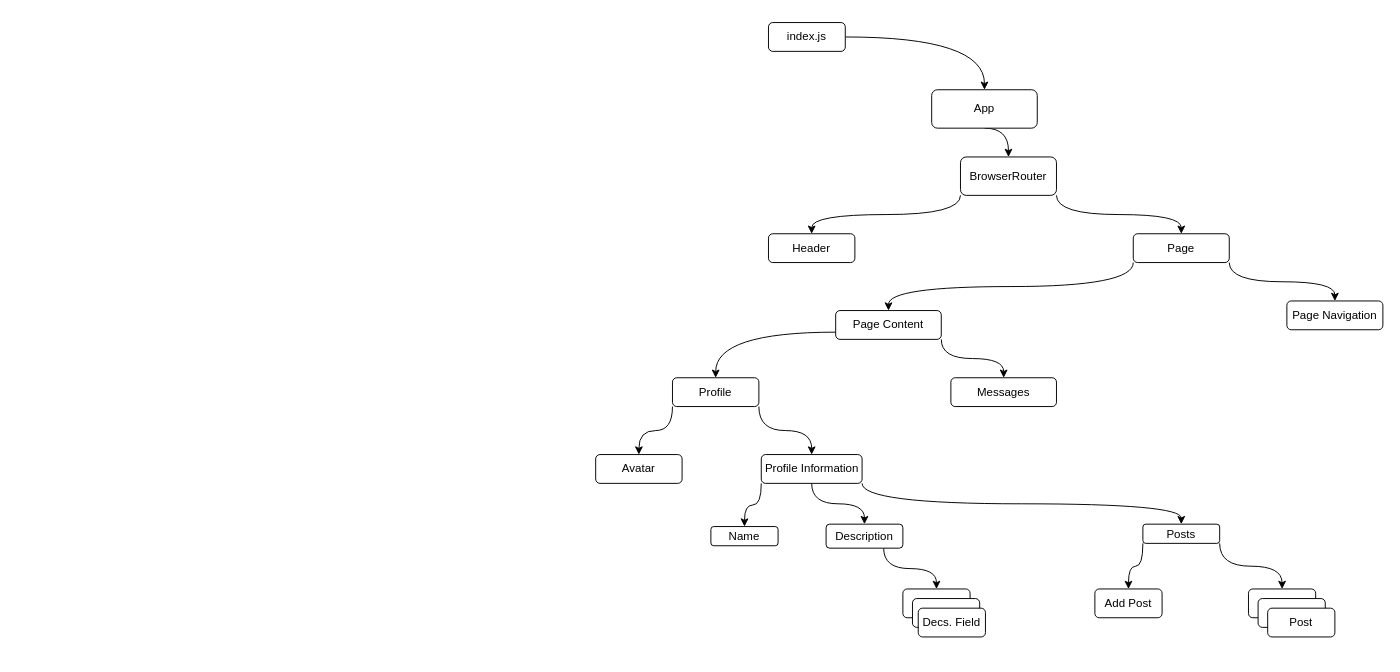
Earlier version of the draw.io diagram src/MySocialNetwork__Diagram.drawio (shifttops/my-social-network). Source tidied: cells renumbered, new cells numbered last; positions are measured from the earlier drawing's top-left corner, leaving out a move shared by most shapes. Both pictures are drawn from the tidied source at 96%, with x=0, y=0 at pixel (595, 22).
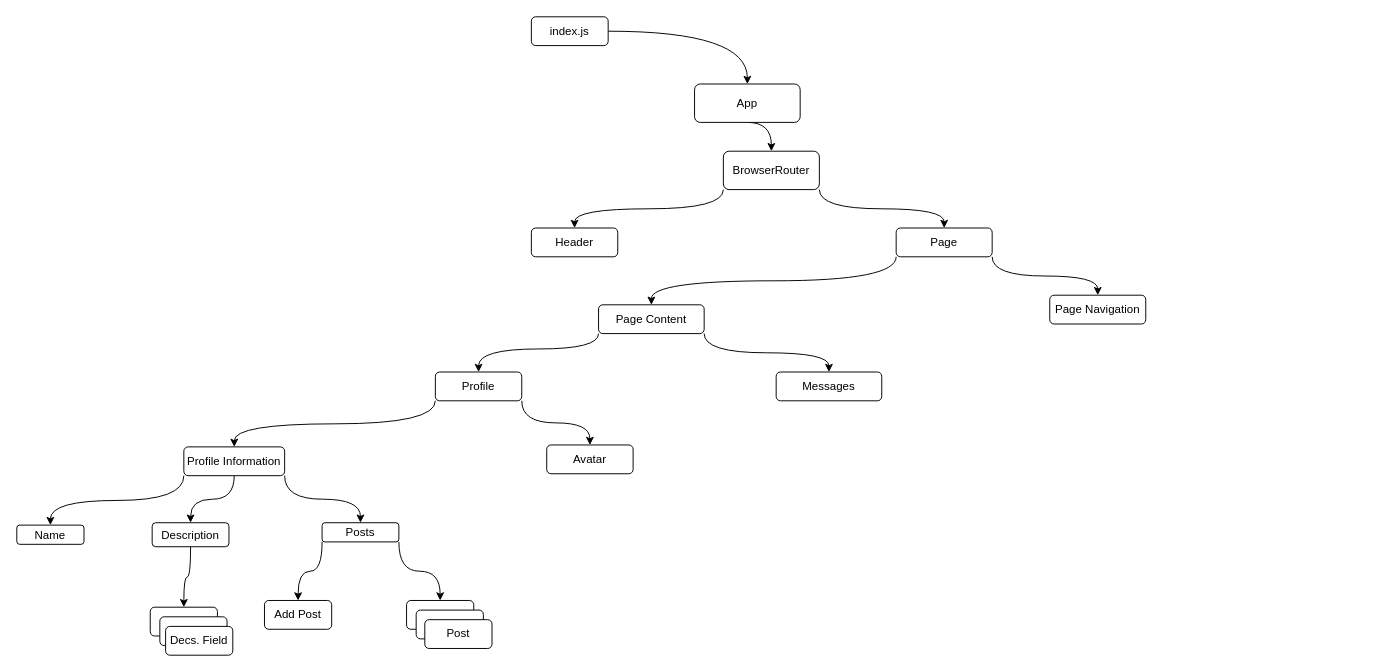
Above is the later version.

What changed in the source:
```diff
@@
     <mxCell id="4" value="index.js" style="rounded=1;whiteSpace=wrap;html=1;" parent="1" vertex="1">
-      <mxGeometry x="180" width="80" height="30" as="geometry" />
+      <mxGeometry x="-67" y="-6" width="80" height="30" as="geometry" />
     </mxCell>
@@
     <mxCell id="6" value="App" style="rounded=1;whiteSpace=wrap;html=1;" parent="1" vertex="1">
-      <mxGeometry x="350" y="70" width="110" height="40" as="geometry" />
+      <mxGeometry x="103" y="64" width="110" height="40" as="geometry" />
     </mxCell>
@@
     <mxCell id="9" value="BrowserRouter" style="rounded=1;whiteSpace=wrap;html=1;" parent="1" vertex="1">
-      <mxGeometry x="380" y="140" width="100" height="40" as="geometry" />
+      <mxGeometry x="133" y="134" width="100" height="40" as="geometry" />
     </mxCell>
     <mxCell id="10" value="Header" style="whiteSpace=wrap;html=1;rounded=1;" parent="1" vertex="1">
-      <mxGeometry x="180" y="220" width="90" height="30" as="geometry" />
+      <mxGeometry x="-67" y="214" width="90" height="30" as="geometry" />
     </mxCell>
@@
     <mxCell id="13" value="Page" style="rounded=1;whiteSpace=wrap;html=1;" parent="1" vertex="1">
-      <mxGeometry x="560" y="220" width="100" height="30" as="geometry" />
+      <mxGeometry x="313" y="214" width="100" height="30" as="geometry" />
     </mxCell>
-    <mxCell id="14" style="edgeStyle=orthogonalEdgeStyle;curved=1;jettySize=auto;html=1;exitX=0;exitY=0.75;exitDx=0;exitDy=0;" parent="1" edge="1" source="16" target="20">
-      <mxGeometry relative="1" as="geometry" />
+    <mxCell id="14" style="edgeStyle=orthogonalEdgeStyle;curved=1;jettySize=auto;html=1;exitX=0;exitY=1;exitDx=0;exitDy=0;" parent="1" edge="1" source="16" target="20">
+      <mxGeometry relative="1" as="geometry">
+        <Array as="points">
+          <mxPoint x="3" y="340" />
+          <mxPoint x="-122" y="340" />
+        </Array>
+      </mxGeometry>
     </mxCell>
@@
     <mxCell id="16" value="Page Content" style="rounded=1;whiteSpace=wrap;html=1;" parent="1" vertex="1">
-      <mxGeometry x="250" y="300" width="110" height="30" as="geometry" />
+      <mxGeometry x="3" y="294" width="110" height="30" as="geometry" />
     </mxCell>
     <mxCell id="17" value="Page Navigation" style="rounded=1;whiteSpace=wrap;html=1;" parent="1" vertex="1">
-      <mxGeometry x="720" y="290" width="100" height="30" as="geometry" />
+      <mxGeometry x="473" y="284" width="100" height="30" as="geometry" />
     </mxCell>
-    <mxCell id="18" style="edgeStyle=orthogonalEdgeStyle;curved=1;jettySize=auto;html=1;exitX=0;exitY=1;exitDx=0;exitDy=0;" parent="1" edge="1" source="20" target="22">
+    <mxCell id="18" style="edgeStyle=orthogonalEdgeStyle;curved=1;jettySize=auto;html=1;exitX=1;exitY=1;exitDx=0;exitDy=0;" parent="1" edge="1" source="20" target="22">
       <mxGeometry relative="1" as="geometry" />
     </mxCell>
-    <mxCell id="19" style="edgeStyle=orthogonalEdgeStyle;curved=1;jettySize=auto;html=1;exitX=1;exitY=1;exitDx=0;exitDy=0;" parent="1" edge="1" source="20" target="26">
+    <mxCell id="19" style="edgeStyle=orthogonalEdgeStyle;curved=1;jettySize=auto;html=1;exitX=0;exitY=1;exitDx=0;exitDy=0;entryX=0.5;entryY=0;entryDx=0;entryDy=0;" parent="1" edge="1" source="20" target="26">
       <mxGeometry relative="1" as="geometry" />
     </mxCell>
     <mxCell id="20" value="Profile" style="rounded=1;whiteSpace=wrap;html=1;" parent="1" vertex="1">
-      <mxGeometry x="80" y="370" width="90" height="30" as="geometry" />
+      <mxGeometry x="-167" y="364" width="90" height="30" as="geometry" />
     </mxCell>
     <mxCell id="21" value="Messages" style="rounded=1;whiteSpace=wrap;html=1;" parent="1" vertex="1">
-      <mxGeometry x="370" y="370" width="110" height="30" as="geometry" />
+      <mxGeometry x="188" y="364" width="110" height="30" as="geometry" />
     </mxCell>
     <mxCell id="22" value="Avatar" style="rounded=1;whiteSpace=wrap;html=1;" parent="1" vertex="1">
-      <mxGeometry y="450" width="90" height="30" as="geometry" />
+      <mxGeometry x="-51" y="440" width="90" height="30" as="geometry" />
     </mxCell>
@@
     <mxCell id="26" value="Profile Information" style="rounded=1;whiteSpace=wrap;html=1;" parent="1" vertex="1">
-      <mxGeometry x="172.5" y="450" width="105" height="30" as="geometry" />
+      <mxGeometry x="-429" y="442" width="105" height="30" as="geometry" />
     </mxCell>
     <mxCell id="27" value="Name" style="rounded=1;whiteSpace=wrap;html=1;" parent="1" vertex="1">
-      <mxGeometry x="120" y="525" width="70" height="20" as="geometry" />
+      <mxGeometry x="-603" y="523.5" width="70" height="20" as="geometry" />
     </mxCell>
-    <mxCell id="28" style="edgeStyle=orthogonalEdgeStyle;curved=1;jettySize=auto;html=1;exitX=0.75;exitY=1;exitDx=0;exitDy=0;" parent="1" edge="1" source="29" target="33">
-      <mxGeometry relative="1" as="geometry" />
-    </mxCell>
+    <mxCell id="40" style="edgeStyle=orthogonalEdgeStyle;curved=1;jettySize=auto;html=1;exitX=0.5;exitY=1;exitDx=0;exitDy=0;" parent="1" edge="1" source="29" target="42">
+      <mxGeometry relative="1" as="geometry" />
+    </mxCell>
     <mxCell id="29" value="Description" style="rounded=1;whiteSpace=wrap;html=1;" parent="1" vertex="1">
-      <mxGeometry x="240" y="522.5" width="80" height="25" as="geometry" />
+      <mxGeometry x="-462" y="521" width="80" height="25" as="geometry" />
     </mxCell>
@@
-    <mxCell id="31" style="edgeStyle=orthogonalEdgeStyle;curved=1;jettySize=auto;html=1;exitX=1;exitY=1;exitDx=0;exitDy=0;" parent="1" edge="1" source="32" target="37">
-      <mxGeometry relative="1" as="geometry" />
-    </mxCell>
+    <mxCell id="41" style="edgeStyle=orthogonalEdgeStyle;curved=1;jettySize=auto;html=1;exitX=1;exitY=1;exitDx=0;exitDy=0;" parent="1" edge="1" source="32" target="44">
+      <mxGeometry relative="1" as="geometry" />
+    </mxCell>
     <mxCell id="32" value="Posts" style="rounded=1;whiteSpace=wrap;html=1;" parent="1" vertex="1">
-      <mxGeometry x="570" y="522.5" width="80" height="20" as="geometry" />
+      <mxGeometry x="-285" y="521" width="80" height="20" as="geometry" />
     </mxCell>
-    <mxCell id="33" style="rounded=1;whiteSpace=wrap;html=1;" parent="1" vertex="1">
-      <mxGeometry x="320" y="590" width="70" height="30" as="geometry" />
-    </mxCell>
-    <mxCell id="34" style="rounded=1;whiteSpace=wrap;html=1;" parent="1" vertex="1">
-      <mxGeometry x="330" y="600" width="70" height="30" as="geometry" />
-    </mxCell>
+    <mxCell id="42" style="rounded=1;whiteSpace=wrap;html=1;" parent="1" vertex="1">
+      <mxGeometry x="-464" y="609" width="70" height="30" as="geometry" />
+    </mxCell>
+    <mxCell id="43" style="rounded=1;whiteSpace=wrap;html=1;" parent="1" vertex="1">
+      <mxGeometry x="-454" y="619" width="70" height="30" as="geometry" />
+    </mxCell>
     <mxCell id="35" value="Decs. Field" style="rounded=1;whiteSpace=wrap;html=1;" parent="1" vertex="1">
-      <mxGeometry x="336" y="610" width="70" height="30" as="geometry" />
+      <mxGeometry x="-448" y="629" width="70" height="30" as="geometry" />
     </mxCell>
     <mxCell id="36" value="Add Post" style="rounded=1;whiteSpace=wrap;html=1;" parent="1" vertex="1">
-      <mxGeometry x="520" y="590" width="70" height="30" as="geometry" />
+      <mxGeometry x="-345" y="602" width="70" height="30" as="geometry" />
     </mxCell>
-    <mxCell id="37" style="rounded=1;whiteSpace=wrap;html=1;" parent="1" vertex="1">
-      <mxGeometry x="680" y="590" width="70" height="30" as="geometry" />
-    </mxCell>
-    <mxCell id="38" style="rounded=1;whiteSpace=wrap;html=1;" parent="1" vertex="1">
-      <mxGeometry x="690" y="600" width="70" height="30" as="geometry" />
-    </mxCell>
+    <mxCell id="44" style="rounded=1;whiteSpace=wrap;html=1;" parent="1" vertex="1">
+      <mxGeometry x="-197" y="602" width="70" height="30" as="geometry" />
+    </mxCell>
+    <mxCell id="45" style="rounded=1;whiteSpace=wrap;html=1;" parent="1" vertex="1">
+      <mxGeometry x="-187" y="612" width="70" height="30" as="geometry" />
+    </mxCell>
     <mxCell id="39" value="Post" style="rounded=1;whiteSpace=wrap;html=1;" parent="1" vertex="1">
-      <mxGeometry x="700" y="610" width="70" height="30" as="geometry" />
+      <mxGeometry x="-178" y="622" width="70" height="30" as="geometry" />
     </mxCell>
```
